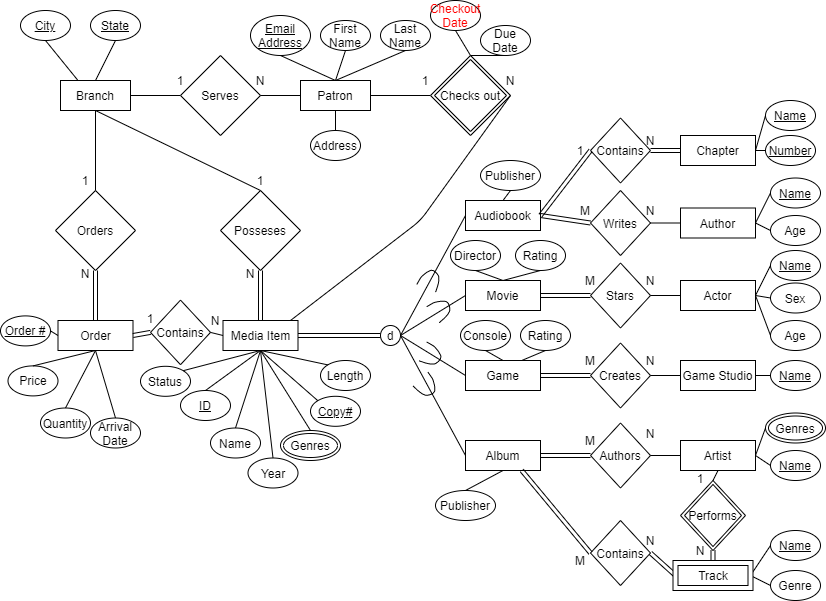
Above: Diagrams/Checkpoint 4 ER Diagram.drawio.png in LilyDris/RidiculousSix (draw.io), before the change. Source tidied: cells renumbered, new cells last; positions are measured from the earlier drawing's top-left corner, leaving out a move shared by most shapes.
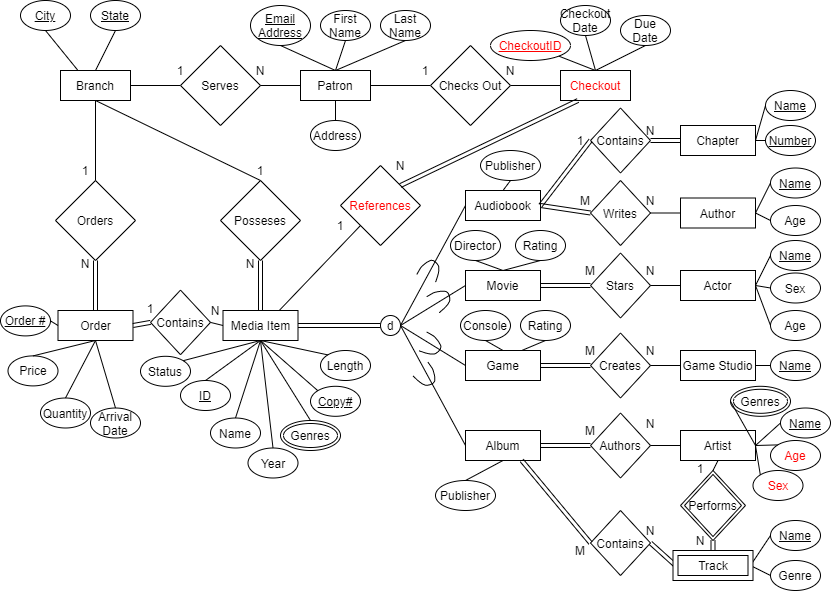
After the change.

Change to the diagram source:
```diff
@@ -84,9 +84,6 @@
     <mxCell id="27" style="endArrow=none;html=1;exitX=1;exitY=0.5;exitDx=0;exitDy=0;entryX=0;entryY=0.5;entryDx=0;entryDy=0;" parent="1" edge="1" source="19" target="23">
       <mxGeometry relative="1" as="geometry" />
     </mxCell>
-    <mxCell id="28" value="Checks out" style="shape=rhombus;double=1;perimeter=rhombusPerimeter;whiteSpace=wrap;html=1;align=center;" parent="1" vertex="1">
-      <mxGeometry x="430" y="55" width="80" height="80" as="geometry" />
-    </mxCell>
     <mxCell id="29" style="shape=(stored shape, 712 characters);fillColor=none;rotation=-150;" parent="1" vertex="1">
       <mxGeometry x="420" y="270" width="20" height="20.4" as="geometry" />
     </mxCell>
@@ -306,10 +303,10 @@
       <mxGeometry relative="1" as="geometry" />
     </mxCell>
     <mxCell id="101" value="Genres" style="ellipse;shape=doubleEllipse;margin=3;whiteSpace=wrap;html=1;align=center;" parent="1" vertex="1">
-      <mxGeometry x="765" y="412.5" width="60" height="30" as="geometry" />
+      <mxGeometry x="730" y="395.8" width="60" height="30" as="geometry" />
     </mxCell>
     <mxCell id="102" value="&lt;u&gt;Name&lt;/u&gt;" style="ellipse;whiteSpace=wrap;html=1;" parent="1" vertex="1">
-      <mxGeometry x="770" y="450" width="50" height="30" as="geometry" />
+      <mxGeometry x="780" y="417.5" width="50" height="30" as="geometry" />
     </mxCell>
     <mxCell id="103" value="&lt;u&gt;Name&lt;/u&gt;" style="ellipse;whiteSpace=wrap;html=1;" parent="1" vertex="1">
       <mxGeometry x="770" y="250" width="50" height="30" as="geometry" />
@@ -357,7 +354,7 @@
       <mxGeometry x="310" y="130" width="50" height="30" as="geometry" />
     </mxCell>
     <mxCell id="118" value="Due Date" style="ellipse;whiteSpace=wrap;html=1;" parent="1" vertex="1">
-      <mxGeometry x="480" y="25" width="50" height="30" as="geometry" />
+      <mxGeometry x="620" y="25" width="50" height="30" as="geometry" />
     </mxCell>
     <mxCell id="119" style="endArrow=none;html=1;entryX=0.5;entryY=1;entryDx=0;entryDy=0;exitX=0.5;exitY=0;exitDx=0;exitDy=0;" parent="1" edge="1" source="8" target="114">
       <mxGeometry relative="1" as="geometry" />
@@ -371,7 +368,7 @@
     <mxCell id="122" style="endArrow=none;html=1;entryX=0.5;entryY=1;entryDx=0;entryDy=0;exitX=0.5;exitY=0;exitDx=0;exitDy=0;" parent="1" edge="1" source="117" target="8">
       <mxGeometry relative="1" as="geometry" />
     </mxCell>
-    <mxCell id="123" style="endArrow=none;html=1;entryX=0.5;entryY=1;entryDx=0;entryDy=0;exitX=0.5;exitY=0;exitDx=0;exitDy=0;" parent="1" edge="1" source="28" target="118">
+    <mxCell id="123" style="endArrow=none;html=1;entryX=0.5;entryY=1;entryDx=0;entryDy=0;exitX=0.5;exitY=0;exitDx=0;exitDy=0;" parent="1" edge="1" source="165" target="118">
       <mxGeometry relative="1" as="geometry" />
     </mxCell>
     <mxCell id="124" style="endArrow=none;html=1;entryX=0.5;entryY=1;entryDx=0;entryDy=0;exitX=0.5;exitY=0;exitDx=0;exitDy=0;" parent="1" edge="1" source="22" target="108">
@@ -446,12 +443,9 @@
     <mxCell id="147" style="endArrow=none;html=1;entryX=0.5;entryY=1;entryDx=0;entryDy=0;exitX=0.5;exitY=0;exitDx=0;exitDy=0;" parent="1" edge="1" source="146" target="20">
       <mxGeometry relative="1" as="geometry" />
     </mxCell>
-    <mxCell id="148" style="endArrow=none;html=1;startSize=14;endSize=14;sourcePerimeterSpacing=8;targetPerimeterSpacing=8;entryX=1;entryY=0.5;entryDx=0;entryDy=0;" parent="1" edge="1" target="28">
+    <mxCell id="148" style="endArrow=none;html=1;startSize=14;endSize=14;sourcePerimeterSpacing=8;targetPerimeterSpacing=8;entryX=1;entryY=0.5;entryDx=0;entryDy=0;exitX=0;exitY=0.5;exitDx=0;exitDy=0;" parent="1" edge="1" source="165">
       <mxGeometry relative="1" as="geometry">
-        <mxPoint x="290" y="320" as="sourcePoint" />
-        <Array as="points">
-          <mxPoint x="420" y="220" />
-        </Array>
+        <mxPoint x="510" y="95" as="targetPoint" />
       </mxGeometry>
     </mxCell>
     <mxCell id="149" value="Performs" style="shape=rhombus;double=1;perimeter=rhombusPerimeter;whiteSpace=wrap;html=1;align=center;" parent="1" vertex="1">
@@ -486,11 +480,50 @@
     <mxCell id="158" style="endArrow=none;html=1;entryX=0.5;entryY=1;entryDx=0;entryDy=0;exitX=1;exitY=0;exitDx=0;exitDy=0;" parent="1" edge="1" source="157" target="17">
       <mxGeometry relative="1" as="geometry" />
     </mxCell>
-    <mxCell id="159" value="&lt;font color=&quot;#ff0000&quot;&gt;Checkout Date&lt;/font&gt;" style="ellipse;whiteSpace=wrap;html=1;" parent="1" vertex="1">
-      <mxGeometry x="430" width="50" height="30" as="geometry" />
+    <mxCell id="159" value="Checkout Date" style="ellipse;whiteSpace=wrap;html=1;" parent="1" vertex="1">
+      <mxGeometry x="560" y="15" width="50" height="30" as="geometry" />
     </mxCell>
-    <mxCell id="160" style="endArrow=none;html=1;rounded=0;entryX=0.5;entryY=1;entryDx=0;entryDy=0;exitX=0.5;exitY=0;exitDx=0;exitDy=0;" parent="1" edge="1" source="28" target="159">
+    <mxCell id="160" style="endArrow=none;html=1;rounded=0;entryX=0.5;entryY=1;entryDx=0;entryDy=0;exitX=0.5;exitY=0;exitDx=0;exitDy=0;" parent="1" edge="1" source="165" target="159">
       <mxGeometry relative="1" as="geometry" />
     </mxCell>
+    <mxCell id="161" value="&lt;font color=&quot;#ff0000&quot;&gt;Age&lt;/font&gt;" style="ellipse;whiteSpace=wrap;html=1;" parent="1" vertex="1">
+      <mxGeometry x="770" y="450" width="50" height="30" as="geometry" />
+    </mxCell>
+    <mxCell id="162" value="&lt;font color=&quot;#ff0000&quot;&gt;Sex&lt;/font&gt;" style="ellipse;whiteSpace=wrap;html=1;" parent="1" vertex="1">
+      <mxGeometry x="752.5" y="480" width="50" height="30" as="geometry" />
+    </mxCell>
+    <mxCell id="163" style="endArrow=none;html=1;rounded=0;exitX=1;exitY=0.5;exitDx=0;exitDy=0;entryX=0;entryY=0;entryDx=0;entryDy=0;" parent="1" edge="1" source="40" target="161">
+      <mxGeometry relative="1" as="geometry" />
+    </mxCell>
+    <mxCell id="164" style="endArrow=none;html=1;rounded=0;exitX=1;exitY=0.5;exitDx=0;exitDy=0;entryX=0;entryY=0;entryDx=0;entryDy=0;" parent="1" edge="1" source="40" target="162">
+      <mxGeometry relative="1" as="geometry" />
+    </mxCell>
+    <mxCell id="165" value="&lt;font color=&quot;#ff0000&quot;&gt;Checkout&lt;/font&gt;" style="rounded=0;whiteSpace=wrap;html=1;" parent="1" vertex="1">
+      <mxGeometry x="560" y="80" width="70" height="30" as="geometry" />
+    </mxCell>
+    <mxCell id="166" value="Checks Out" style="rhombus;whiteSpace=wrap;html=1;" parent="1" vertex="1">
+      <mxGeometry x="430" y="55" width="80" height="80" as="geometry" />
+    </mxCell>
+    <mxCell id="167" value="&lt;u&gt;&lt;font color=&quot;#ff0000&quot;&gt;CheckoutID&lt;/font&gt;&lt;/u&gt;" style="ellipse;whiteSpace=wrap;html=1;" parent="1" vertex="1">
+      <mxGeometry x="490" y="40" width="80" height="30" as="geometry" />
+    </mxCell>
+    <mxCell id="168" style="endArrow=none;html=1;rounded=0;fontColor=#FF0000;exitX=1;exitY=1;exitDx=0;exitDy=0;entryX=0.5;entryY=0;entryDx=0;entryDy=0;" parent="1" edge="1" source="167" target="165">
+      <mxGeometry relative="1" as="geometry" />
+    </mxCell>
+    <mxCell id="169" value="&lt;font color=&quot;#ff0000&quot;&gt;References&lt;/font&gt;" style="rhombus;whiteSpace=wrap;html=1;" parent="1" vertex="1">
+      <mxGeometry x="340" y="175" width="80" height="80" as="geometry" />
+    </mxCell>
+    <mxCell id="170" style="shape=link;html=1;exitX=1;exitY=0;exitDx=0;exitDy=0;entryX=0.25;entryY=1;entryDx=0;entryDy=0;" parent="1" edge="1" source="169" target="165">
+      <mxGeometry relative="1" as="geometry" />
+    </mxCell>
+    <mxCell id="171" style="endArrow=none;html=1;rounded=0;fontColor=#FF0000;entryX=0;entryY=1;entryDx=0;entryDy=0;exitX=0.75;exitY=0;exitDx=0;exitDy=0;" parent="1" edge="1" source="17" target="169">
+      <mxGeometry relative="1" as="geometry" />
+    </mxCell>
+    <mxCell id="172" value="1" style="text;html=1;strokeColor=none;fillColor=none;align=center;verticalAlign=middle;whiteSpace=wrap;rounded=0;" parent="1" vertex="1">
+      <mxGeometry x="320" y="225" width="40" height="20" as="geometry" />
+    </mxCell>
+    <mxCell id="173" value="N" style="text;html=1;strokeColor=none;fillColor=none;align=center;verticalAlign=middle;whiteSpace=wrap;rounded=0;" parent="1" vertex="1">
+      <mxGeometry x="380" y="165" width="40" height="20" as="geometry" />
+    </mxCell>
   </root>
 </mxGraphModel>
```
